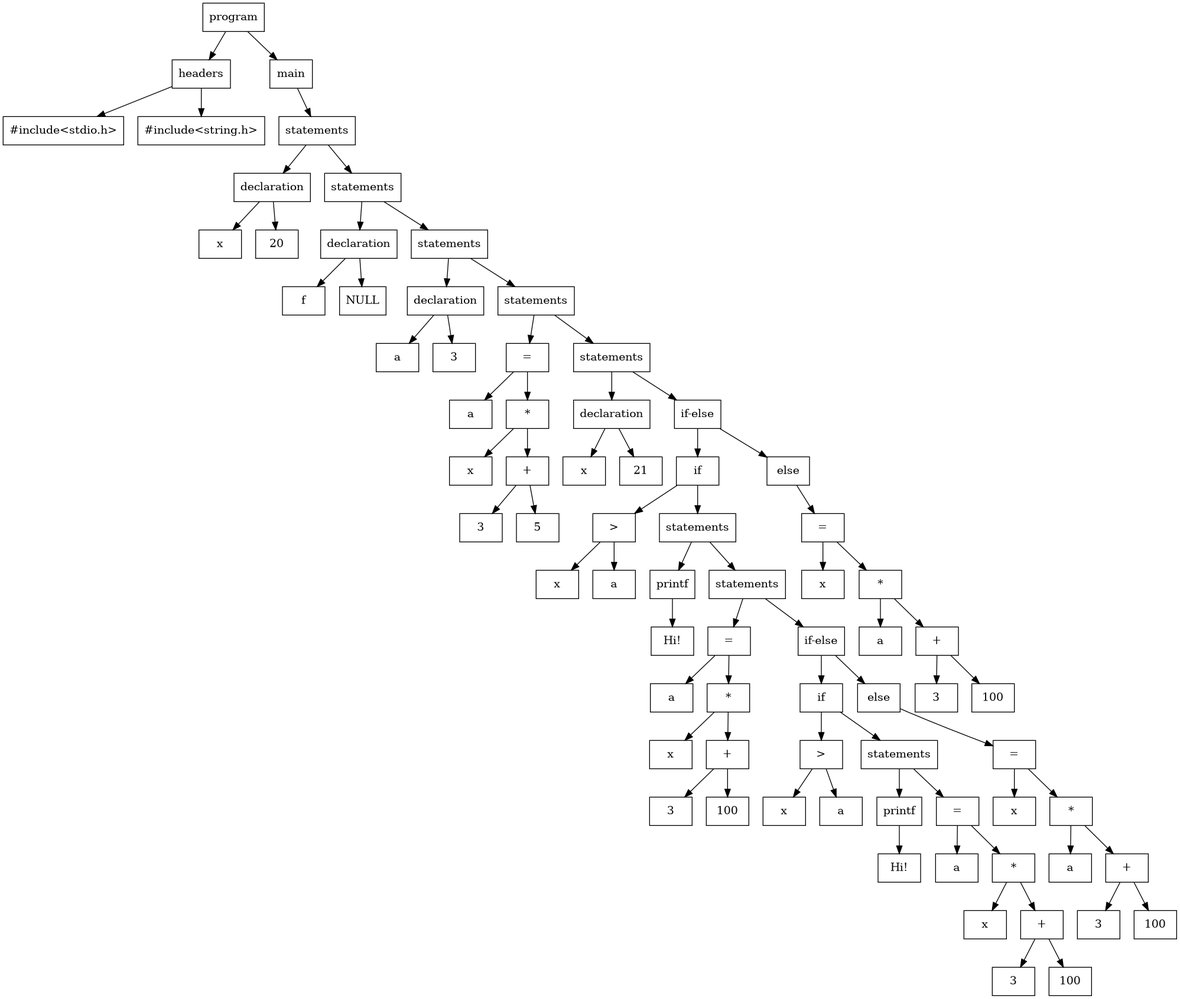
amansinghrp/C-Compiler-Insight keeps this Graphviz diagram as src/static/parse_tree.png. Above is the earlier version. Its source is kept beside it as src/parse_tree.dot.
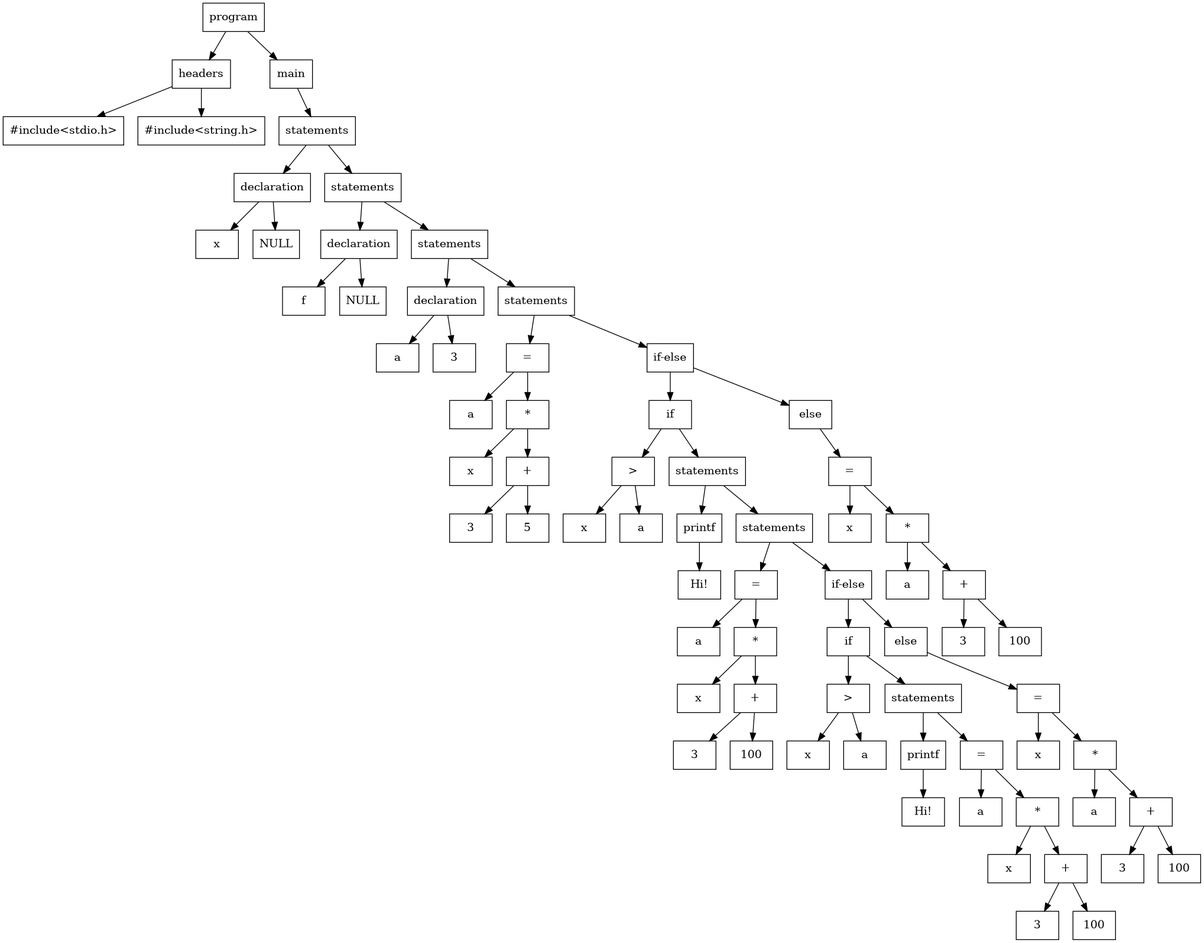
After the change.

What changed in the source:
```diff
@@ -1,154 +1,3 @@
 digraph ParseTree {
   node [shape=box];
-  "0x5d6655ed8d10" [label="program"];
-  "0x5d6655ed8d10" -> "0x5d6655ed7650";
-  "0x5d6655ed7650" [label="headers"];
-  "0x5d6655ed7650" -> "0x5d6655ed7570";
-  "0x5d6655ed7570" [label="#include<stdio.h>"];
-  "0x5d6655ed7650" -> "0x5d6655ed7610";
-  "0x5d6655ed7610" [label="#include<string.h>"];
-  "0x5d6655ed8d10" -> "0x5d6655ed8cd0";
-  "0x5d6655ed8cd0" [label="main"];
-  "0x5d6655ed8cd0" -> "0x5d6655ed8c90";
-  "0x5d6655ed8c90" [label="statements"];
-  "0x5d6655ed8c90" -> "0x5d6655ed7830";
-  "0x5d6655ed7830" [label="declaration"];
-  "0x5d6655ed7830" -> "0x5d6655ed77f0";
-  "0x5d6655ed77f0" [label="x"];
-  "0x5d6655ed7830" -> "0x5d6655ed77b0";
-  "0x5d6655ed77b0" [label="20"];
-  "0x5d6655ed8c90" -> "0x5d6655ed8c50";
-  "0x5d6655ed8c50" [label="statements"];
-  "0x5d6655ed8c50" -> "0x5d6655ed7950";
-  "0x5d6655ed7950" [label="declaration"];
-  "0x5d6655ed7950" -> "0x5d6655ed7910";
-  "0x5d6655ed7910" [label="f"];
-  "0x5d6655ed7950" -> "0x5d6655ed78d0";
-  "0x5d6655ed78d0" [label="NULL"];
-  "0x5d6655ed8c50" -> "0x5d6655ed8c10";
-  "0x5d6655ed8c10" [label="statements"];
-  "0x5d6655ed8c10" -> "0x5d6655ed7ad0";
-  "0x5d6655ed7ad0" [label="declaration"];
-  "0x5d6655ed7ad0" -> "0x5d6655ed7a90";
-  "0x5d6655ed7a90" [label="a"];
-  "0x5d6655ed7ad0" -> "0x5d6655ed7a50";
-  "0x5d6655ed7a50" [label="3"];
-  "0x5d6655ed8c10" -> "0x5d6655ed8bd0";
-  "0x5d6655ed8bd0" [label="statements"];
-  "0x5d6655ed8bd0" -> "0x5d6655ed7cf0";
-  "0x5d6655ed7cf0" [label="="];
-  "0x5d6655ed7cf0" -> "0x5d6655ed7cb0";
-  "0x5d6655ed7cb0" [label="a"];
-  "0x5d6655ed7cf0" -> "0x5d6655ed7c70";
-  "0x5d6655ed7c70" [label="*"];
-  "0x5d6655ed7c70" -> "0x5d6655ed7b10";
-  "0x5d6655ed7b10" [label="x"];
-  "0x5d6655ed7c70" -> "0x5d6655ed7c30";
-  "0x5d6655ed7c30" [label="+"];
-  "0x5d6655ed7c30" -> "0x5d6655ed7b50";
-  "0x5d6655ed7b50" [label="3"];
-  "0x5d6655ed7c30" -> "0x5d6655ed7bf0";
-  "0x5d6655ed7bf0" [label="5"];
-  "0x5d6655ed8bd0" -> "0x5d6655ed8b90";
-  "0x5d6655ed8b90" [label="statements"];
-  "0x5d6655ed8b90" -> "0x5d6655ed7e10";
-  "0x5d6655ed7e10" [label="declaration"];
-  "0x5d6655ed7e10" -> "0x5d6655ed7dd0";
-  "0x5d6655ed7dd0" [label="x"];
-  "0x5d6655ed7e10" -> "0x5d6655ed7d90";
-  "0x5d6655ed7d90" [label="21"];
-  "0x5d6655ed8b90" -> "0x5d6655ed8b50";
-  "0x5d6655ed8b50" [label="if-else"];
-  "0x5d6655ed8b50" -> "0x5d6655ed8b10";
-  "0x5d6655ed8b10" [label="if"];
-  "0x5d6655ed8b10" -> "0x5d6655ed7f30";
-  "0x5d6655ed7f30" [label=">"];
-  "0x5d6655ed7f30" -> "0x5d6655ed7eb0";
-  "0x5d6655ed7eb0" [label="x"];
-  "0x5d6655ed7f30" -> "0x5d6655ed7ef0";
-  "0x5d6655ed7ef0" [label="a"];
-  "0x5d6655ed8b10" -> "0x5d6655ed88d0";
-  "0x5d6655ed88d0" [label="statements"];
-  "0x5d6655ed88d0" -> "0x5d6655ed8010";
-  "0x5d6655ed8010" [label="printf"];
-  "0x5d6655ed8010" -> "0x5d6655ed7fd0";
-  "0x5d6655ed7fd0" [label="Hi!"];
-  "0x5d6655ed88d0" -> "0x5d6655ed8890";
-  "0x5d6655ed8890" [label="statements"];
-  "0x5d6655ed8890" -> "0x5d6655ed8230";
-  "0x5d6655ed8230" [label="="];
-  "0x5d6655ed8230" -> "0x5d6655ed81f0";
-  "0x5d6655ed81f0" [label="a"];
-  "0x5d6655ed8230" -> "0x5d6655ed81b0";
-  "0x5d6655ed81b0" [label="*"];
-  "0x5d6655ed81b0" -> "0x5d6655ed8050";
-  "0x5d6655ed8050" [label="x"];
-  "0x5d6655ed81b0" -> "0x5d6655ed8170";
-  "0x5d6655ed8170" [label="+"];
-  "0x5d6655ed8170" -> "0x5d6655ed8090";
-  "0x5d6655ed8090" [label="3"];
-  "0x5d6655ed8170" -> "0x5d6655ed8130";
-  "0x5d6655ed8130" [label="100"];
-  "0x5d6655ed8890" -> "0x5d6655ed8850";
-  "0x5d6655ed8850" [label="if-else"];
-  "0x5d6655ed8850" -> "0x5d6655ed8810";
-  "0x5d6655ed8810" [label="if"];
-  "0x5d6655ed8810" -> "0x5d6655ed82f0";
-  "0x5d6655ed82f0" [label=">"];
-  "0x5d6655ed82f0" -> "0x5d6655ed8270";
-  "0x5d6655ed8270" [label="x"];
-  "0x5d6655ed82f0" -> "0x5d6655ed82b0";
-  "0x5d6655ed82b0" [label="a"];
-  "0x5d6655ed8810" -> "0x5d6655ed8570";
-  "0x5d6655ed8570" [label="statements"];
-  "0x5d6655ed8570" -> "0x5d6655ed8370";
-  "0x5d6655ed8370" [label="printf"];
-  "0x5d6655ed8370" -> "0x5d6655ed8330";
-  "0x5d6655ed8330" [label="Hi!"];
-  "0x5d6655ed8570" -> "0x5d6655ed8530";
-  "0x5d6655ed8530" [label="="];
-  "0x5d6655ed8530" -> "0x5d6655ed84f0";
-  "0x5d6655ed84f0" [label="a"];
-  "0x5d6655ed8530" -> "0x5d6655ed84b0";
-  "0x5d6655ed84b0" [label="*"];
-  "0x5d6655ed84b0" -> "0x5d6655ed83b0";
-  "0x5d6655ed83b0" [label="x"];
-  "0x5d6655ed84b0" -> "0x5d6655ed8470";
-  "0x5d6655ed8470" [label="+"];
-  "0x5d6655ed8470" -> "0x5d6655ed83f0";
-  "0x5d6655ed83f0" [label="3"];
-  "0x5d6655ed8470" -> "0x5d6655ed8430";
-  "0x5d6655ed8430" [label="100"];
-  "0x5d6655ed8850" -> "0x5d6655ed87d0";
-  "0x5d6655ed87d0" [label="else"];
-  "0x5d6655ed87d0" -> "0x5d6655ed8790";
-  "0x5d6655ed8790" [label="="];
-  "0x5d6655ed8790" -> "0x5d6655ed8750";
-  "0x5d6655ed8750" [label="x"];
-  "0x5d6655ed8790" -> "0x5d6655ed8710";
-  "0x5d6655ed8710" [label="*"];
-  "0x5d6655ed8710" -> "0x5d6655ed8610";
-  "0x5d6655ed8610" [label="a"];
-  "0x5d6655ed8710" -> "0x5d6655ed86d0";
-  "0x5d6655ed86d0" [label="+"];
-  "0x5d6655ed86d0" -> "0x5d6655ed8650";
-  "0x5d6655ed8650" [label="3"];
-  "0x5d6655ed86d0" -> "0x5d6655ed8690";
-  "0x5d6655ed8690" [label="100"];
-  "0x5d6655ed8b50" -> "0x5d6655ed8ad0";
-  "0x5d6655ed8ad0" [label="else"];
-  "0x5d6655ed8ad0" -> "0x5d6655ed8a90";
-  "0x5d6655ed8a90" [label="="];
-  "0x5d6655ed8a90" -> "0x5d6655ed8a50";
-  "0x5d6655ed8a50" [label="x"];
-  "0x5d6655ed8a90" -> "0x5d6655ed8a10";
-  "0x5d6655ed8a10" [label="*"];
-  "0x5d6655ed8a10" -> "0x5d6655ed8910";
-  "0x5d6655ed8910" [label="a"];
-  "0x5d6655ed8a10" -> "0x5d6655ed89d0";
-  "0x5d6655ed89d0" [label="+"];
-  "0x5d6655ed89d0" -> "0x5d6655ed8950";
-  "0x5d6655ed8950" [label="3"];
-  "0x5d6655ed89d0" -> "0x5d6655ed8990";
-  "0x5d6655ed8990" [label="100"];
 }
```
